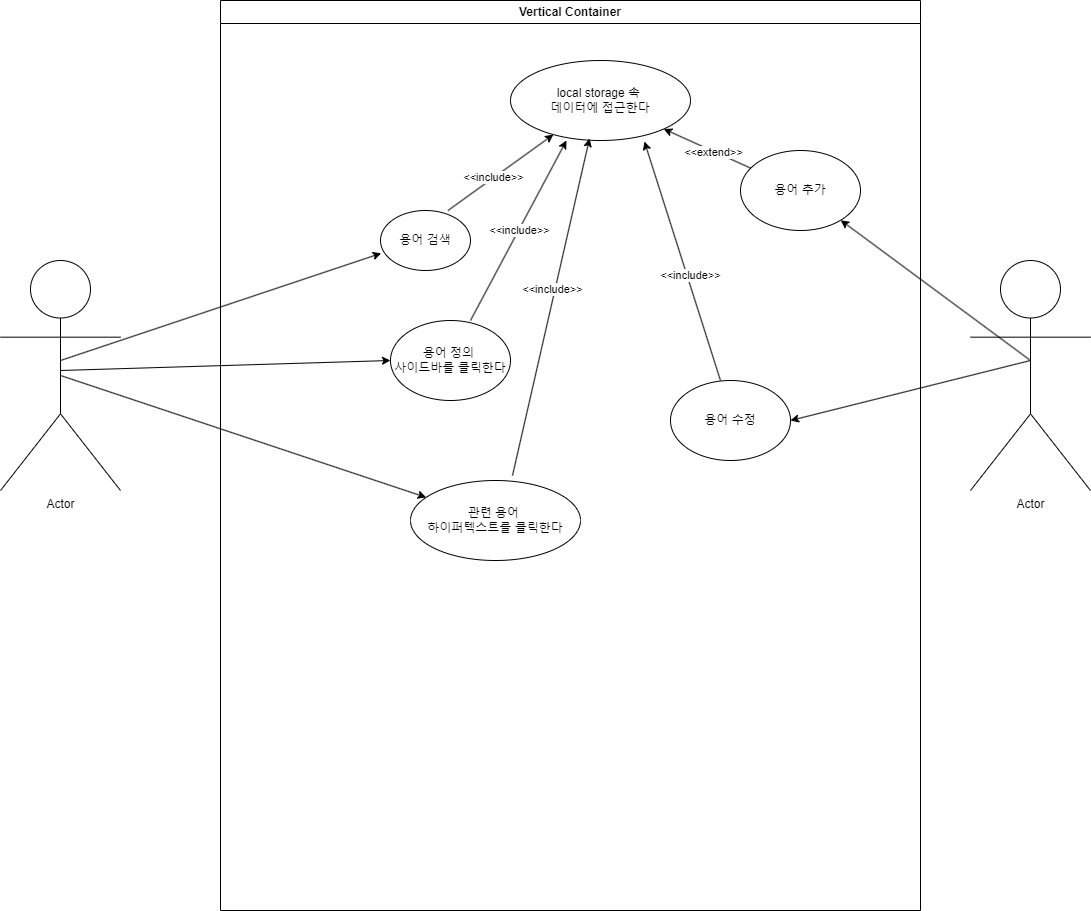
Above: 용어사전web_mini_project.png in junHyeokP/Algorithm (draw.io), before the change. Source tidied: cells renumbered, new cells last; positions are measured from the earlier drawing's top-left corner, leaving out a move shared by most shapes.
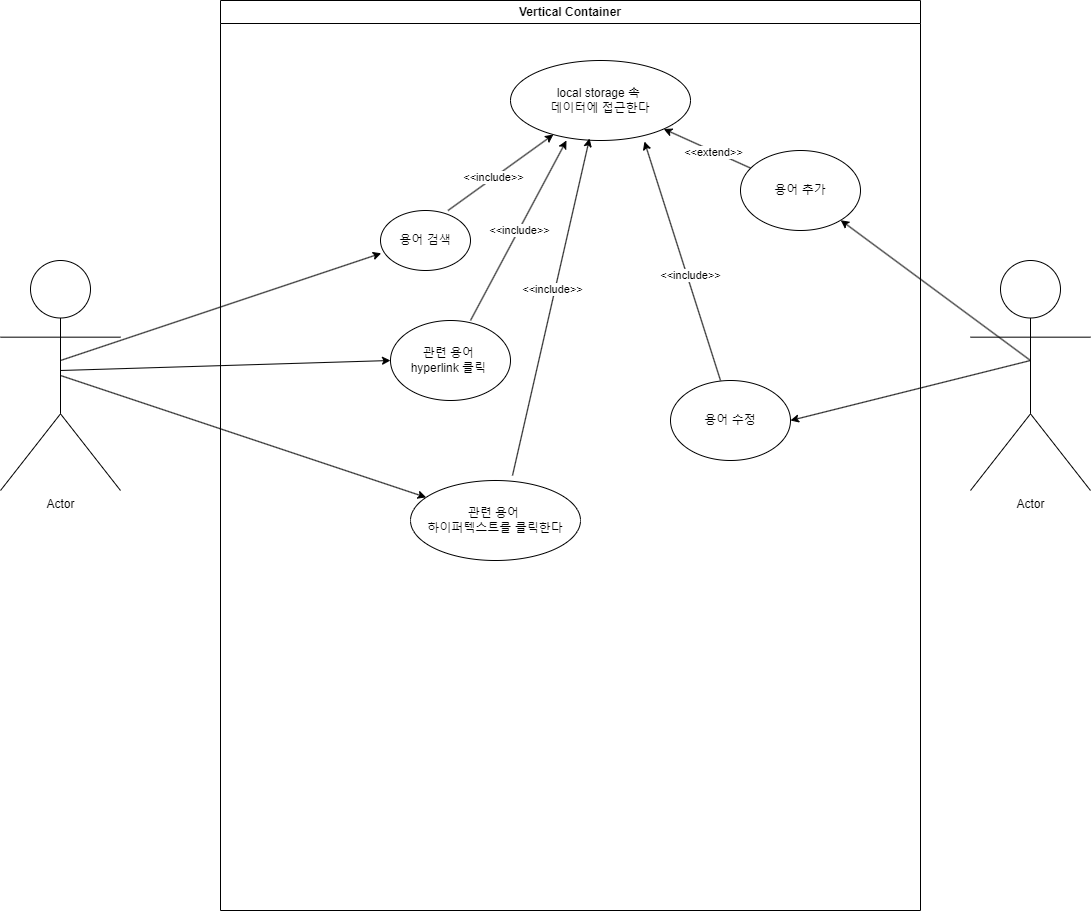
Above is the later version.

Commit message:
용어사전web_mini_project.png 업데이트

Change to the diagram source:
```diff
@@ -14,7 +14,7 @@
     <mxCell id="5" value="용어 검색" style="ellipse;whiteSpace=wrap;html=1;" parent="4" vertex="1">
       <mxGeometry x="160" y="210" width="90" height="60" as="geometry" />
     </mxCell>
-    <mxCell id="6" value="용어 정의&amp;nbsp;&lt;div&gt;사이드바를 클릭한다&lt;/div&gt;" style="ellipse;whiteSpace=wrap;html=1;" parent="4" vertex="1">
+    <mxCell id="6" value="&lt;span style=&quot;background-color: initial;&quot;&gt;관련 용어&amp;nbsp;&lt;/span&gt;&lt;div&gt;&lt;span style=&quot;background-color: initial;&quot;&gt;hyperlink&amp;nbsp;&lt;/span&gt;&lt;span style=&quot;background-color: initial;&quot;&gt;클릭&amp;nbsp;&lt;/span&gt;&lt;/div&gt;" style="ellipse;whiteSpace=wrap;html=1;" parent="4" vertex="1">
       <mxGeometry x="170" y="320" width="120" height="80" as="geometry" />
     </mxCell>
     <mxCell id="7" value="관련 용어&amp;nbsp;&lt;div&gt;하이퍼텍스트를 클릭한다&lt;/div&gt;" style="ellipse;whiteSpace=wrap;html=1;" parent="4" vertex="1">
```
